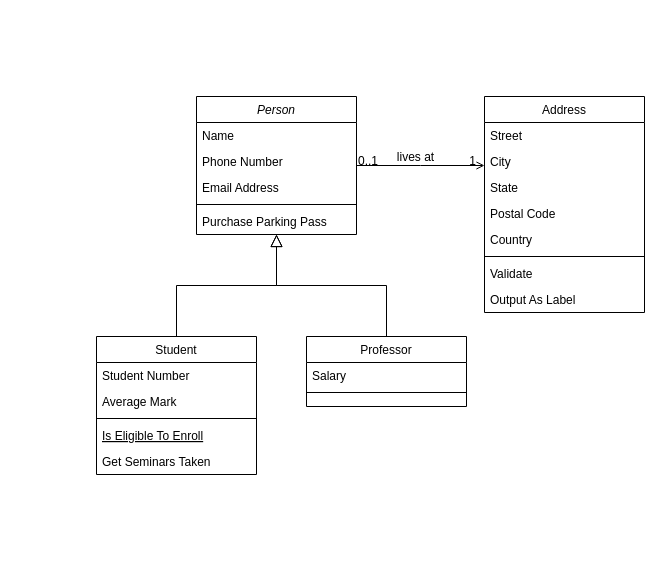
This is java-fakebank.drawio from Habbora/java-fakebank-v2, a draw.io file, before an edit. Source tidied: cells renumbered, new cells numbered last; positions are measured from the earlier drawing's top-left corner, leaving out a move shared by most shapes. Both pictures are drawn from the tidied source at 100%, with x=0, y=0 at pixel (96, 96).
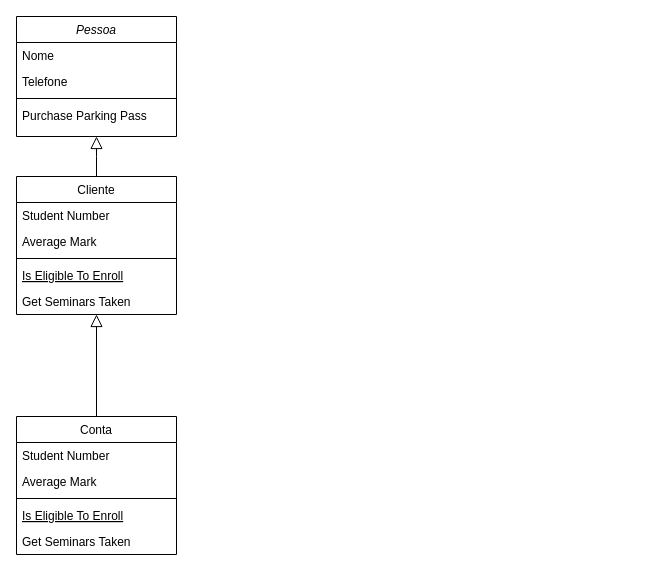
The same page after the edit.

The edit, as a diff of the source:
```diff
@@
-    <mxCell id="2" value="Person" style="swimlane;fontStyle=2;align=center;verticalAlign=top;horizontal=1;startSize=26;rounded=0;shadow=0;strokeWidth=1;" parent="1" vertex="1">
-      <mxGeometry x="100" width="160" height="138" as="geometry" />
+    <mxCell id="2" value="Pessoa" style="swimlane;fontStyle=2;align=center;verticalAlign=top;horizontal=1;startSize=26;rounded=0;shadow=0;strokeWidth=1;" parent="1" vertex="1">
+      <mxGeometry x="-80" y="-80" width="160" height="120" as="geometry" />
     </mxCell>
-    <mxCell id="3" value="Name" style="text;align=left;verticalAlign=top;spacingLeft=4;spacingRight=4;overflow=hidden;" parent="2" vertex="1">
+    <mxCell id="3" value="Nome" style="text;align=left;verticalAlign=top;spacingLeft=4;spacingRight=4;overflow=hidden;" parent="2" vertex="1">
       <mxGeometry y="26" width="160" height="26" as="geometry" />
     </mxCell>
-    <mxCell id="4" value="Phone Number" style="text;align=left;verticalAlign=top;spacingLeft=4;spacingRight=4;overflow=hidden;rounded=0;shadow=0;html=0;" parent="2" vertex="1">
+    <mxCell id="4" value="Telefone" style="text;align=left;verticalAlign=top;spacingLeft=4;spacingRight=4;overflow=hidden;rounded=0;shadow=0;html=0;" parent="2" vertex="1">
       <mxGeometry y="52" width="160" height="26" as="geometry" />
     </mxCell>
-    <mxCell id="5" value="Email Address" style="text;align=left;verticalAlign=top;spacingLeft=4;spacingRight=4;overflow=hidden;rounded=0;shadow=0;html=0;" parent="2" vertex="1">
-      <mxGeometry y="78" width="160" height="26" as="geometry" />
-    </mxCell>
     <mxCell id="6" style="line;html=1;strokeWidth=1;align=left;verticalAlign=middle;spacingTop=-1;spacingLeft=3;spacingRight=3;labelPosition=right;" parent="2" vertex="1">
-      <mxGeometry y="104" width="160" height="8" as="geometry" />
+      <mxGeometry y="78" width="160" height="8" as="geometry" />
     </mxCell>
     <mxCell id="7" value="Purchase Parking Pass" style="text;align=left;verticalAlign=top;spacingLeft=4;spacingRight=4;overflow=hidden;" parent="2" vertex="1">
-      <mxGeometry y="112" width="160" height="26" as="geometry" />
+      <mxGeometry y="86" width="160" height="26" as="geometry" />
     </mxCell>
-    <mxCell id="8" value="Student" style="swimlane;fontStyle=0;align=center;verticalAlign=top;horizontal=1;startSize=26;rounded=0;shadow=0;strokeWidth=1;" parent="1" vertex="1">
-      <mxGeometry y="240" width="160" height="138" as="geometry" />
+    <mxCell id="8" value="Cliente" style="swimlane;fontStyle=0;align=center;verticalAlign=top;horizontal=1;startSize=26;rounded=0;shadow=0;strokeWidth=1;" parent="1" vertex="1">
+      <mxGeometry x="-80" y="80" width="160" height="138" as="geometry" />
     </mxCell>
@@
-    <mxCell id="15" value="Professor" style="swimlane;fontStyle=0;align=center;verticalAlign=top;horizontal=1;startSize=26;rounded=0;shadow=0;strokeWidth=1;" parent="1" vertex="1">
-      <mxGeometry x="210" y="240" width="160" height="70" as="geometry" />
-    </mxCell>
-    <mxCell id="16" value="Salary" style="text;align=left;verticalAlign=top;spacingLeft=4;spacingRight=4;overflow=hidden;" parent="15" vertex="1">
-      <mxGeometry y="26" width="160" height="26" as="geometry" />
-    </mxCell>
-    <mxCell id="17" style="line;html=1;strokeWidth=1;align=left;verticalAlign=middle;spacingTop=-1;spacingLeft=3;spacingRight=3;labelPosition=right;" parent="15" vertex="1">
-      <mxGeometry y="52" width="160" height="8" as="geometry" />
-    </mxCell>
-    <mxCell id="18" style="endArrow=block;endSize=10;endFill=0;shadow=0;strokeWidth=1;rounded=0;edgeStyle=elbowEdgeStyle;elbow=vertical;" parent="1" edge="1" source="15" target="2">
-      <mxGeometry relative="1" as="geometry" />
-    </mxCell>
-    <mxCell id="19" value="Address" style="swimlane;fontStyle=0;align=center;verticalAlign=top;horizontal=1;startSize=26;rounded=0;shadow=0;strokeWidth=1;" parent="1" vertex="1">
-      <mxGeometry x="388" width="160" height="216" as="geometry" />
-    </mxCell>
-    <mxCell id="20" value="Street" style="text;align=left;verticalAlign=top;spacingLeft=4;spacingRight=4;overflow=hidden;" parent="19" vertex="1">
-      <mxGeometry y="26" width="160" height="26" as="geometry" />
-    </mxCell>
-    <mxCell id="21" value="City" style="text;align=left;verticalAlign=top;spacingLeft=4;spacingRight=4;overflow=hidden;rounded=0;shadow=0;html=0;" parent="19" vertex="1">
-      <mxGeometry y="52" width="160" height="26" as="geometry" />
-    </mxCell>
-    <mxCell id="22" value="State" style="text;align=left;verticalAlign=top;spacingLeft=4;spacingRight=4;overflow=hidden;rounded=0;shadow=0;html=0;" parent="19" vertex="1">
-      <mxGeometry y="78" width="160" height="26" as="geometry" />
-    </mxCell>
-    <mxCell id="23" value="Postal Code" style="text;align=left;verticalAlign=top;spacingLeft=4;spacingRight=4;overflow=hidden;rounded=0;shadow=0;html=0;" parent="19" vertex="1">
-      <mxGeometry y="104" width="160" height="26" as="geometry" />
-    </mxCell>
-    <mxCell id="24" value="Country" style="text;align=left;verticalAlign=top;spacingLeft=4;spacingRight=4;overflow=hidden;rounded=0;shadow=0;html=0;" parent="19" vertex="1">
-      <mxGeometry y="130" width="160" height="26" as="geometry" />
-    </mxCell>
-    <mxCell id="25" style="line;html=1;strokeWidth=1;align=left;verticalAlign=middle;spacingTop=-1;spacingLeft=3;spacingRight=3;labelPosition=right;" parent="19" vertex="1">
-      <mxGeometry y="156" width="160" height="8" as="geometry" />
-    </mxCell>
-    <mxCell id="26" value="Validate" style="text;align=left;verticalAlign=top;spacingLeft=4;spacingRight=4;overflow=hidden;" parent="19" vertex="1">
-      <mxGeometry y="164" width="160" height="26" as="geometry" />
-    </mxCell>
-    <mxCell id="27" value="Output As Label" style="text;align=left;verticalAlign=top;spacingLeft=4;spacingRight=4;overflow=hidden;" parent="19" vertex="1">
-      <mxGeometry y="190" width="160" height="26" as="geometry" />
-    </mxCell>
-    <mxCell id="28" style="endArrow=open;shadow=0;strokeWidth=1;rounded=0;endFill=1;edgeStyle=elbowEdgeStyle;elbow=vertical;" parent="1" edge="1" source="2" target="19">
-      <mxGeometry x="0.5" y="41" relative="1" as="geometry">
-        <mxPoint x="-40" y="32" as="offset" />
-      </mxGeometry>
-    </mxCell>
-    <mxCell id="29" value="0..1" style="align=left;verticalAlign=bottom;labelBackgroundColor=none;fontSize=12;" parent="28" vertex="1">
-      <mxGeometry x="-1" relative="1" as="geometry">
-        <mxPoint y="4" as="offset" />
-      </mxGeometry>
-    </mxCell>
-    <mxCell id="30" value="1" style="align=right;verticalAlign=bottom;labelBackgroundColor=none;fontSize=12;" parent="28" vertex="1">
-      <mxGeometry x="1" relative="1" as="geometry">
-        <mxPoint x="-7" y="4" as="offset" />
-      </mxGeometry>
-    </mxCell>
-    <mxCell id="31" value="lives at" style="text;html=1;align=center;verticalAlign=middle;labelBackgroundColor=none;rounded=0;shadow=0;strokeWidth=1;fontSize=12;" parent="28" vertex="1">
-      <mxGeometry x="0.5" y="49" relative="1" as="geometry">
-        <mxPoint x="-38" y="40" as="offset" />
-      </mxGeometry>
-    </mxCell>
+    <mxCell id="32" style="edgeStyle=orthogonalEdgeStyle;rounded=0;jettySize=auto;html=1;endArrow=block;endFill=0;endSize=10;" parent="1" edge="1" source="33" target="8">
+      <mxGeometry relative="1" as="geometry" />
+    </mxCell>
+    <mxCell id="33" value="Conta" style="swimlane;fontStyle=0;align=center;verticalAlign=top;horizontal=1;startSize=26;rounded=0;shadow=0;strokeWidth=1;" parent="1" vertex="1">
+      <mxGeometry x="-80" y="320" width="160" height="138" as="geometry" />
+    </mxCell>
+    <mxCell id="34" value="Student Number" style="text;align=left;verticalAlign=top;spacingLeft=4;spacingRight=4;overflow=hidden;" parent="33" vertex="1">
+      <mxGeometry y="26" width="160" height="26" as="geometry" />
+    </mxCell>
+    <mxCell id="35" value="Average Mark" style="text;align=left;verticalAlign=top;spacingLeft=4;spacingRight=4;overflow=hidden;rounded=0;shadow=0;html=0;" parent="33" vertex="1">
+      <mxGeometry y="52" width="160" height="26" as="geometry" />
+    </mxCell>
+    <mxCell id="36" style="line;html=1;strokeWidth=1;align=left;verticalAlign=middle;spacingTop=-1;spacingLeft=3;spacingRight=3;labelPosition=right;" parent="33" vertex="1">
+      <mxGeometry y="78" width="160" height="8" as="geometry" />
+    </mxCell>
+    <mxCell id="37" value="Is Eligible To Enroll" style="text;align=left;verticalAlign=top;spacingLeft=4;spacingRight=4;overflow=hidden;fontStyle=4;" parent="33" vertex="1">
+      <mxGeometry y="86" width="160" height="26" as="geometry" />
+    </mxCell>
+    <mxCell id="38" value="Get Seminars Taken" style="text;align=left;verticalAlign=top;spacingLeft=4;spacingRight=4;overflow=hidden;" parent="33" vertex="1">
+      <mxGeometry y="112" width="160" height="26" as="geometry" />
+    </mxCell>
```
